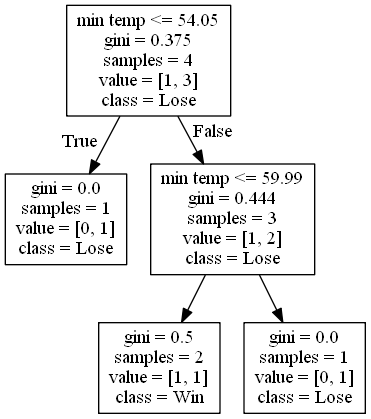
Above: DecisionTrees/Conference USAdecision_tree_no_score_or_attendance0.png in alexana-steck/CSE482Project (Graphviz), before the change. Its source is kept beside it as DecisionTrees/Conference USAdecision_tree_no_score_or_attendance0.dot.
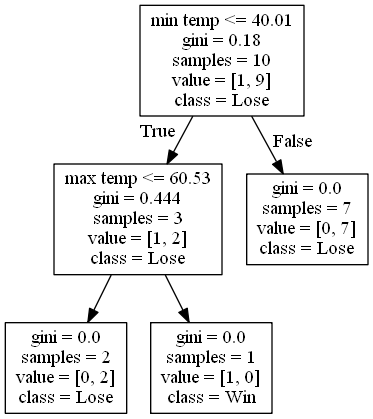
Above is the later version.

Change to the diagram source:
```diff
@@ -1,12 +1,12 @@
 digraph Tree {
 node [shape=box] ;
-0 [label="min temp <= 54.05\ngini = 0.375\nsamples = 4\nvalue = [1, 3]\nclass = Lose"] ;
-1 [label="gini = 0.0\nsamples = 1\nvalue = [0, 1]\nclass = Lose"] ;
+0 [label="min temp <= 40.01\ngini = 0.18\nsamples = 10\nvalue = [1, 9]\nclass = Lose"] ;
+1 [label="max temp <= 60.53\ngini = 0.444\nsamples = 3\nvalue = [1, 2]\nclass = Lose"] ;
 0 -> 1 [labeldistance=2.5, labelangle=45, headlabel="True"] ;
-2 [label="min temp <= 59.99\ngini = 0.444\nsamples = 3\nvalue = [1, 2]\nclass = Lose"] ;
-0 -> 2 [labeldistance=2.5, labelangle=-45, headlabel="False"] ;
-3 [label="gini = 0.5\nsamples = 2\nvalue = [1, 1]\nclass = Win"] ;
-2 -> 3 ;
-4 [label="gini = 0.0\nsamples = 1\nvalue = [0, 1]\nclass = Lose"] ;
-2 -> 4 ;
+2 [label="gini = 0.0\nsamples = 2\nvalue = [0, 2]\nclass = Lose"] ;
+1 -> 2 ;
+3 [label="gini = 0.0\nsamples = 1\nvalue = [1, 0]\nclass = Win"] ;
+1 -> 3 ;
+4 [label="gini = 0.0\nsamples = 7\nvalue = [0, 7]\nclass = Lose"] ;
+0 -> 4 [labeldistance=2.5, labelangle=-45, headlabel="False"] ;
 }
```
